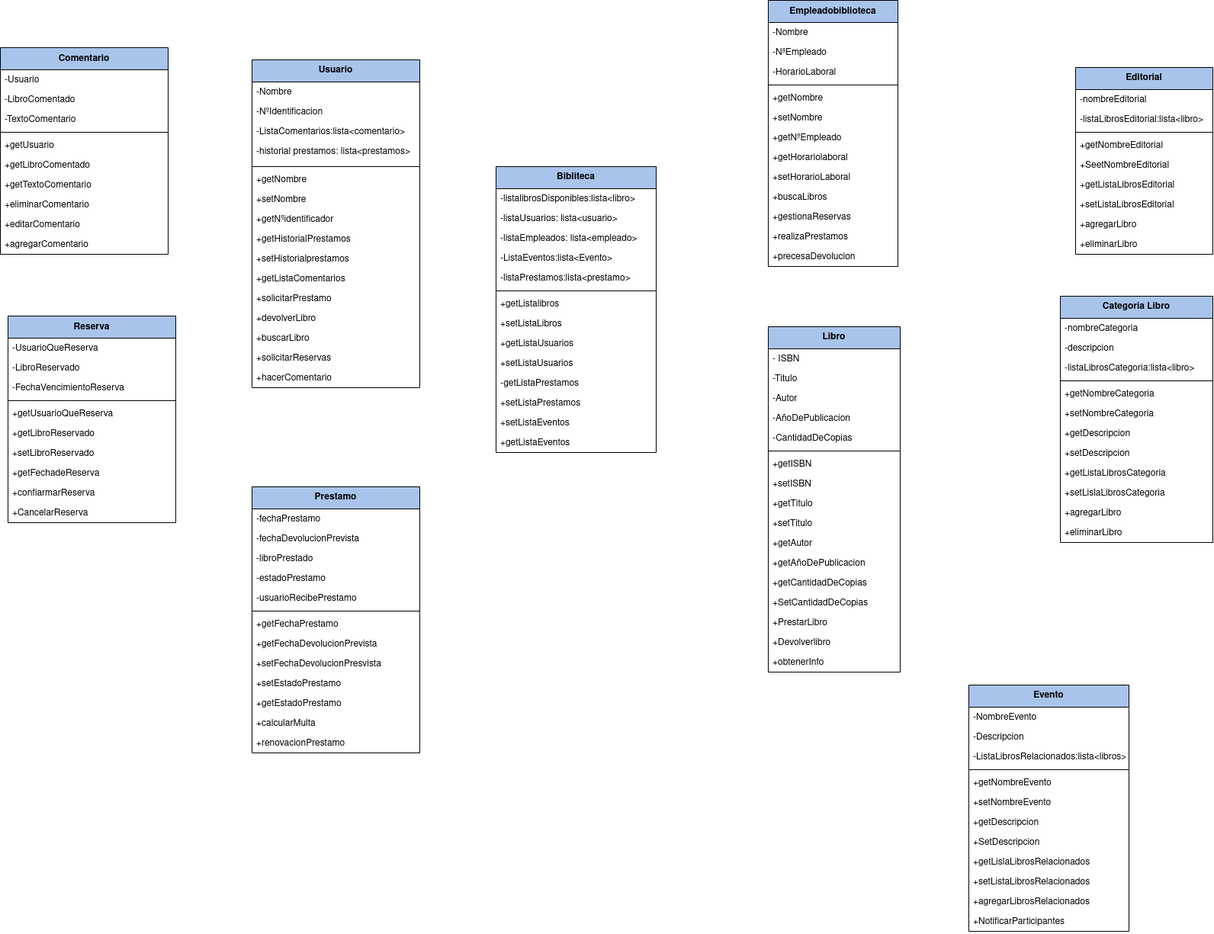
This is Proyecto/Diagramas/diagramaClases/DiagramaDeClasesProyecto.png from adogonz23/ETS, a draw.io export, as it was before one commit. Source tidied: cells renumbered, new cells last; positions are measured from the earlier drawing's top-left corner, leaving out a move shared by most shapes.
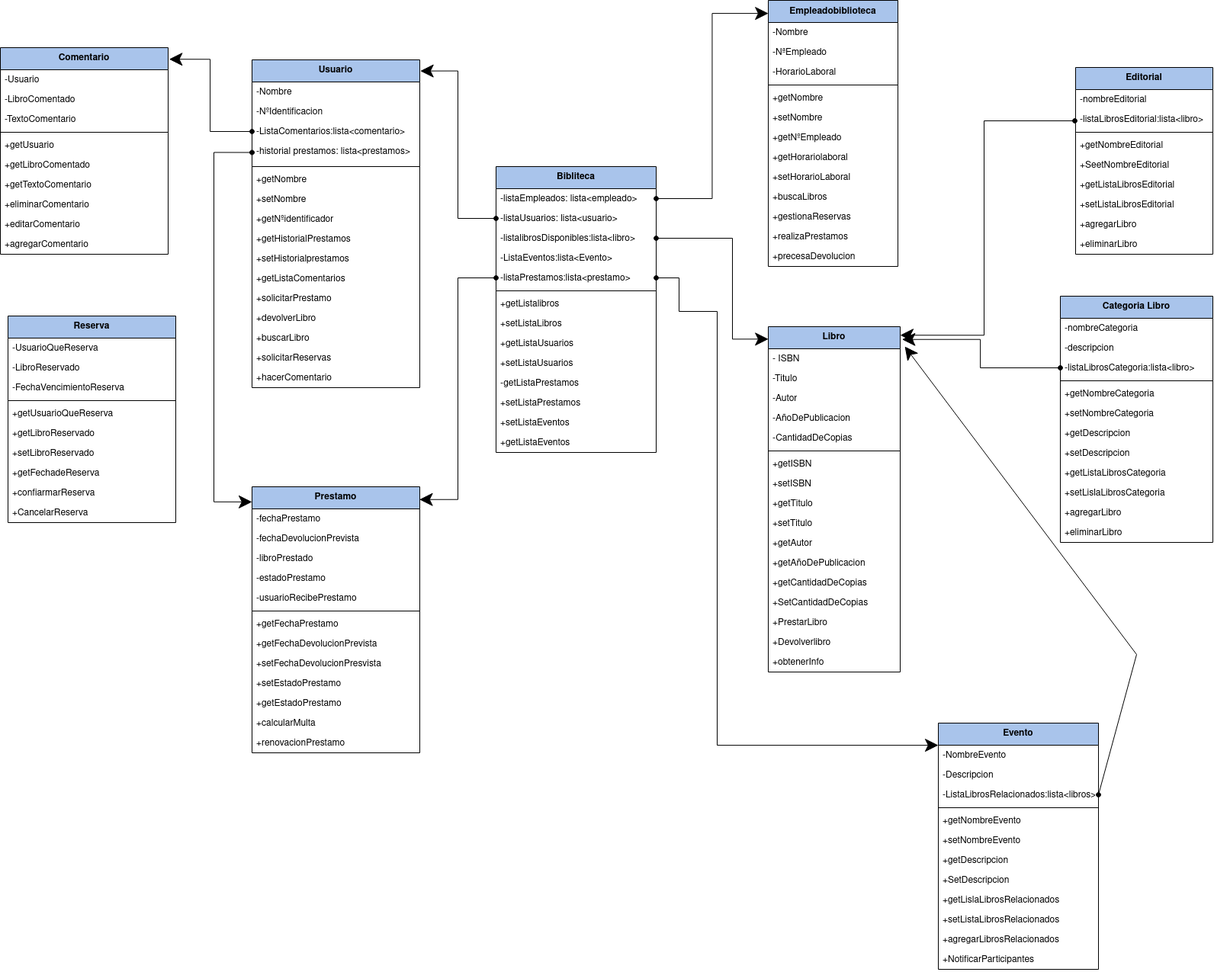
After the commit.

What changed in the source:
```diff
@@ -5,15 +5,15 @@
     <mxCell id="2" value="Bibliteca" style="swimlane;fontStyle=1;align=center;verticalAlign=middle;horizontal=1;startSize=29;html=1;whiteSpace=wrap;fillColor=#A9C4EB;" parent="1" vertex="1">
       <mxGeometry x="650" y="218" width="210" height="375" as="geometry" />
     </mxCell>
+    <mxCell id="5" value="-listaEmpleados: lista&amp;lt;empleado&amp;gt;" style="text;strokeColor=none;fillColor=none;align=left;verticalAlign=top;spacingLeft=4;spacingRight=4;overflow=hidden;points=[[0,0.5],[1,0.5]];portConstraint=eastwest;whiteSpace=wrap;html=1;" parent="2" vertex="1">
+      <mxGeometry y="29" width="210" height="26" as="geometry" />
+    </mxCell>
+    <mxCell id="4" value="-listaUsuarios: lista&amp;lt;usuario&amp;gt;" style="text;strokeColor=none;fillColor=none;align=left;verticalAlign=top;spacingLeft=4;spacingRight=4;overflow=hidden;points=[[0,0.5],[1,0.5]];portConstraint=eastwest;whiteSpace=wrap;html=1;" parent="2" vertex="1">
+      <mxGeometry y="55" width="210" height="26" as="geometry" />
+    </mxCell>
     <mxCell id="3" value="-listalibrosDisponibles:lista&amp;lt;libro&amp;gt;" style="text;strokeColor=none;fillColor=none;align=left;verticalAlign=top;spacingLeft=4;spacingRight=4;overflow=hidden;points=[[0,0.5],[1,0.5]];portConstraint=eastwest;whiteSpace=wrap;html=1;" parent="2" vertex="1">
-      <mxGeometry y="29" width="210" height="26" as="geometry" />
+      <mxGeometry y="81" width="210" height="26" as="geometry" />
     </mxCell>
-    <mxCell id="4" value="-listaUsuarios: lista&amp;lt;usuario&amp;gt;" style="text;strokeColor=none;fillColor=none;align=left;verticalAlign=top;spacingLeft=4;spacingRight=4;overflow=hidden;points=[[0,0.5],[1,0.5]];portConstraint=eastwest;whiteSpace=wrap;html=1;" parent="2" vertex="1">
-      <mxGeometry y="55" width="210" height="26" as="geometry" />
-    </mxCell>
-    <mxCell id="5" value="-listaEmpleados: lista&amp;lt;empleado&amp;gt;" style="text;strokeColor=none;fillColor=none;align=left;verticalAlign=top;spacingLeft=4;spacingRight=4;overflow=hidden;points=[[0,0.5],[1,0.5]];portConstraint=eastwest;whiteSpace=wrap;html=1;" parent="2" vertex="1">
-      <mxGeometry y="81" width="210" height="26" as="geometry" />
-    </mxCell>
     <mxCell id="6" value="-ListaEventos:lista&amp;lt;Evento&amp;gt;" style="text;strokeColor=none;fillColor=none;align=left;verticalAlign=top;spacingLeft=4;spacingRight=4;overflow=hidden;whiteSpace=wrap;html=1;" parent="2" vertex="1">
       <mxGeometry y="107" width="210" height="26" as="geometry" />
     </mxCell>
@@ -261,7 +261,7 @@
       <mxGeometry y="245" width="220" height="26" as="geometry" />
     </mxCell>
     <mxCell id="88" value="Evento" style="swimlane;fontStyle=1;align=center;verticalAlign=middle;horizontal=1;startSize=29;html=1;whiteSpace=wrap;fillColor=#A9C4EB;strokeColor=#000000;" parent="1" vertex="1">
-      <mxGeometry x="1270" y="898" width="210" height="323" as="geometry" />
+      <mxGeometry x="1230" y="948" width="210" height="323" as="geometry" />
     </mxCell>
     <mxCell id="89" value="-NombreEvento" style="text;strokeColor=none;fillColor=none;align=left;verticalAlign=top;spacingLeft=4;spacingRight=4;overflow=hidden;whiteSpace=wrap;html=1;" parent="88" vertex="1">
       <mxGeometry y="29" width="210" height="26" as="geometry" />
@@ -410,5 +410,63 @@
     <mxCell id="137" value="+eliminarLibro" style="text;strokeColor=none;fillColor=none;align=left;verticalAlign=top;spacingLeft=4;spacingRight=4;overflow=hidden;whiteSpace=wrap;html=1;" parent="125" vertex="1">
       <mxGeometry y="297" width="200" height="26" as="geometry" />
     </mxCell>
+    <mxCell id="138" style="html=1;verticalAlign=bottom;labelBackgroundColor=none;endArrow=oval;endFill=1;rounded=0;fontFamily=Helvetica;fontSize=12;fontColor=default;startSize=15;startArrow=classic;startFill=1;exitX=1.003;exitY=0.034;exitDx=0;exitDy=0;exitPerimeter=0;entryX=0;entryY=0.5;entryDx=0;entryDy=0;edgeStyle=orthogonalEdgeStyle;targetPerimeterSpacing=-1;" parent="1" edge="1" source="31" target="4">
+      <mxGeometry relative="1" as="geometry" />
+    </mxCell>
+    <mxCell id="139" style="html=1;verticalAlign=bottom;labelBackgroundColor=none;endArrow=oval;endFill=1;rounded=0;fontFamily=Helvetica;fontSize=12;fontColor=default;startSize=15;startArrow=classic;startFill=1;exitX=1.006;exitY=0.056;exitDx=0;exitDy=0;exitPerimeter=0;entryX=0;entryY=0.5;entryDx=0;entryDy=0;targetPerimeterSpacing=-1;edgeStyle=orthogonalEdgeStyle;" parent="1" edge="1" source="77" target="34">
+      <mxGeometry relative="1" as="geometry" />
+    </mxCell>
+    <mxCell id="140" style="html=1;verticalAlign=bottom;labelBackgroundColor=none;endArrow=oval;endFill=1;rounded=0;fontFamily=Helvetica;fontSize=12;fontColor=default;startSize=15;startArrow=classic;startFill=1;exitX=0;exitY=0.057;exitDx=0;exitDy=0;exitPerimeter=0;entryX=0;entryY=0.5;entryDx=0;entryDy=0;targetPerimeterSpacing=-1;edgeStyle=orthogonalEdgeStyle;" parent="1" edge="1" source="17" target="35">
+      <mxGeometry relative="1" as="geometry">
+        <Array as="points">
+          <mxPoint x="280" y="658" />
+          <mxPoint x="280" y="200" />
+        </Array>
+      </mxGeometry>
+    </mxCell>
+    <mxCell id="141" style="html=1;verticalAlign=bottom;labelBackgroundColor=none;endArrow=oval;endFill=1;rounded=0;fontFamily=Helvetica;fontSize=12;fontColor=default;startSize=15;startArrow=classic;startFill=1;entryX=1;entryY=0.5;entryDx=0;entryDy=0;targetPerimeterSpacing=-1;exitX=0.001;exitY=0.049;exitDx=0;exitDy=0;exitPerimeter=0;edgeStyle=orthogonalEdgeStyle;" parent="1" edge="1" source="111" target="5">
+      <mxGeometry relative="1" as="geometry" />
+    </mxCell>
+    <mxCell id="142" style="html=1;verticalAlign=bottom;labelBackgroundColor=none;endArrow=oval;endFill=1;rounded=0;fontFamily=Helvetica;fontSize=12;fontColor=default;startSize=15;startArrow=classic;startFill=1;exitX=0.001;exitY=0.036;exitDx=0;exitDy=0;exitPerimeter=0;entryX=1;entryY=0.5;entryDx=0;entryDy=0;targetPerimeterSpacing=-1;edgeStyle=orthogonalEdgeStyle;" parent="1" edge="1" source="48" target="3">
+      <mxGeometry relative="1" as="geometry">
+        <Array as="points">
+          <mxPoint x="960" y="444" />
+          <mxPoint x="960" y="312" />
+        </Array>
+      </mxGeometry>
+    </mxCell>
+    <mxCell id="143" style="html=1;verticalAlign=bottom;labelBackgroundColor=none;endArrow=oval;endFill=1;rounded=0;fontFamily=Helvetica;fontSize=12;fontColor=default;startSize=15;startArrow=classic;startFill=1;exitX=0.998;exitY=0.048;exitDx=0;exitDy=0;exitPerimeter=0;entryX=0;entryY=0.5;entryDx=0;entryDy=0;targetPerimeterSpacing=-1;edgeStyle=orthogonalEdgeStyle;" parent="1" edge="1" source="17" target="7">
+      <mxGeometry relative="1" as="geometry" />
+    </mxCell>
+    <mxCell id="144" style="html=1;verticalAlign=bottom;labelBackgroundColor=none;endArrow=oval;endFill=1;rounded=0;fontFamily=Helvetica;fontSize=12;fontColor=default;startSize=15;startArrow=classic;startFill=1;entryX=1;entryY=0.5;entryDx=0;entryDy=0;targetPerimeterSpacing=-1;edgeStyle=orthogonalEdgeStyle;" parent="1" edge="1" source="88" target="7">
+      <mxGeometry relative="1" as="geometry">
+        <Array as="points">
+          <mxPoint x="940" y="977" />
+          <mxPoint x="940" y="408" />
+          <mxPoint x="890" y="408" />
+          <mxPoint x="890" y="364" />
+        </Array>
+      </mxGeometry>
+    </mxCell>
+    <mxCell id="145" style="html=1;verticalAlign=bottom;labelBackgroundColor=none;endArrow=oval;endFill=1;rounded=0;fontFamily=Helvetica;fontSize=12;fontColor=default;startSize=15;startArrow=classic;startFill=1;exitX=1.003;exitY=0.045;exitDx=0;exitDy=0;exitPerimeter=0;targetPerimeterSpacing=-1;edgeStyle=orthogonalEdgeStyle;" parent="1" edge="1">
+      <mxGeometry relative="1" as="geometry">
+        <mxPoint x="1180" y="439.2" as="sourcePoint" />
+        <mxPoint x="1409" y="158" as="targetPoint" />
+        <Array as="points">
+          <mxPoint x="1290" y="439" />
+          <mxPoint x="1290" y="158" />
+        </Array>
+      </mxGeometry>
+    </mxCell>
+    <mxCell id="146" style="html=1;verticalAlign=bottom;labelBackgroundColor=none;endArrow=oval;endFill=1;rounded=0;fontFamily=Helvetica;fontSize=12;fontColor=default;startSize=15;startArrow=classic;startFill=1;exitX=1.014;exitY=0.037;exitDx=0;exitDy=0;exitPerimeter=0;entryX=0;entryY=0.5;entryDx=0;entryDy=0;targetPerimeterSpacing=-1;edgeStyle=orthogonalEdgeStyle;" parent="1" edge="1" source="48" target="128">
+      <mxGeometry relative="1" as="geometry" />
+    </mxCell>
+    <mxCell id="147" style="html=1;verticalAlign=bottom;labelBackgroundColor=none;endArrow=oval;endFill=1;rounded=0;fontFamily=Helvetica;fontSize=12;fontColor=default;startSize=15;startArrow=classic;startFill=1;exitX=1.035;exitY=-0.115;exitDx=0;exitDy=0;exitPerimeter=0;entryX=1;entryY=0.5;entryDx=0;entryDy=0;targetPerimeterSpacing=-1;" parent="1" edge="1" source="49" target="91">
+      <mxGeometry relative="1" as="geometry">
+        <Array as="points">
+          <mxPoint x="1490" y="858" />
+        </Array>
+      </mxGeometry>
+    </mxCell>
   </root>
 </mxGraphModel>
```
